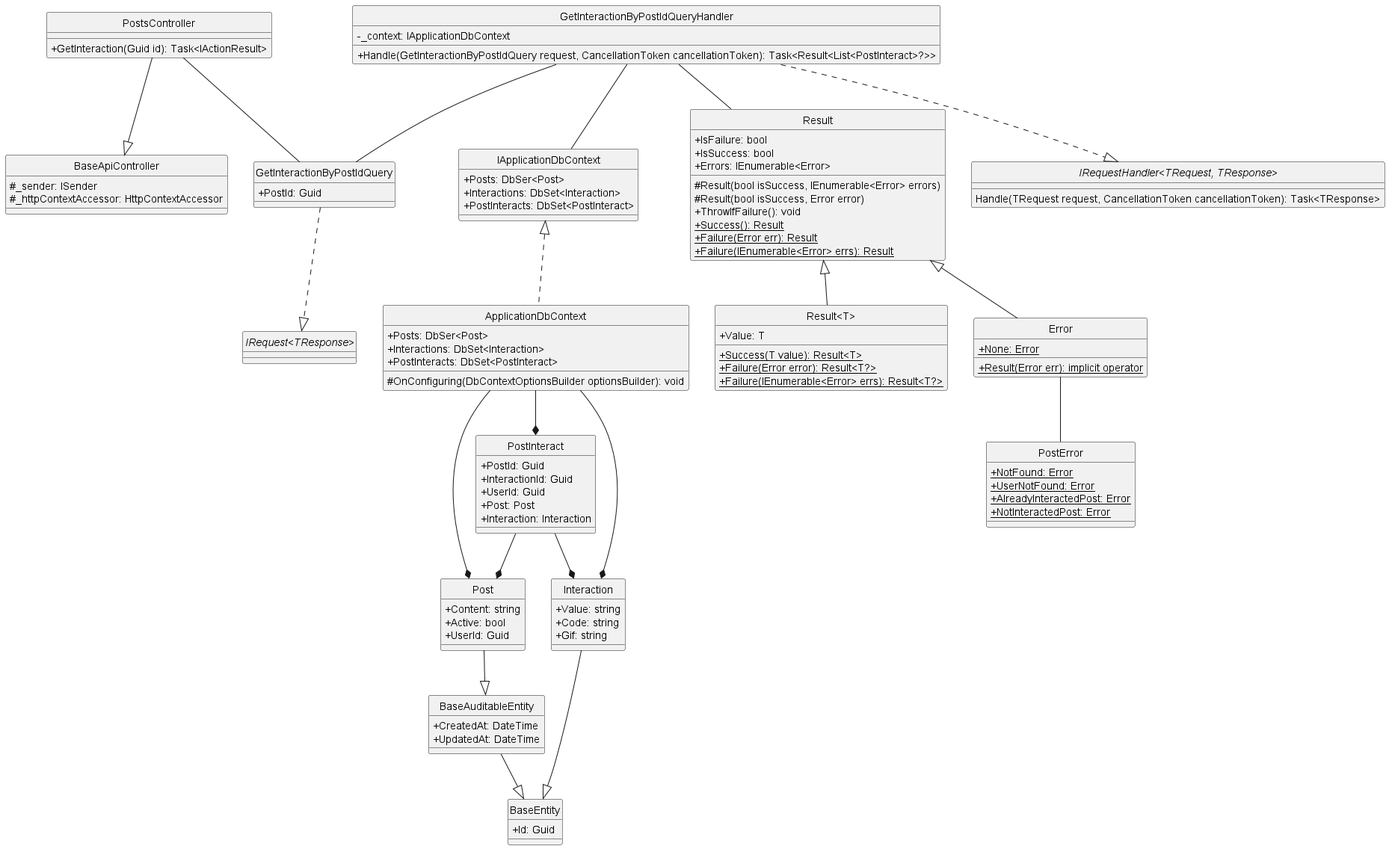
The PlantUML diagram docs/Class Diagram/Post/Post/GetPostInteraction/ClassDiagram/getPostInteraction.png in Carl-Johnsons/Chat-Application, before a commit. Source of this version:
```plantuml
@startuml getPostInteraction
hide circle
skinparam classAttributeIconSize 0

class BaseApiController {
    #_sender: ISender
    #_httpContextAccessor: HttpContextAccessor
}

class PostsController {
    +GetInteraction(Guid id): Task<IActionResult>
}

class GetInteractionByPostIdQuery {
    +PostId: Guid
}

class GetInteractionByPostIdQueryHandler {
    -_context: IApplicationDbContext
    +Handle(GetInteractionByPostIdQuery request, CancellationToken cancellationToken): Task<Result<List<PostInteract>?>>
}

class IApplicationDbContext {
    +Posts: DbSer<Post>
    +Interactions: DbSet<Interaction>
    +PostInteracts: DbSet<PostInteract>
}

class ApplicationDbContext {
    +Posts: DbSer<Post>
    +Interactions: DbSet<Interaction>
    +PostInteracts: DbSet<PostInteract>
    #OnConfiguring(DbContextOptionsBuilder optionsBuilder): void
}

class Result {
    +IsFailure: bool
    +IsSuccess: bool
    +Errors: IEnumerable<Error>
    #Result(bool isSuccess, IEnumerable<Error> errors)
    #Result(bool isSuccess, Error error)
    +ThrowIfFailure(): void
    +{static} Success(): Result
    +{static} Failure(Error err): Result
    +{static} Failure(IEnumerable<Error> errs): Result
}

class "Result<T>" {
    +Value: T
    +{static} Success(T value): Result<T>
    +{static} Failure(Error error): Result<T?>
    +{static} Failure(IEnumerable<Error> errs): Result<T?>
}

class Error {
    +{static} None: Error
    +{static} Result(Error err): implicit operator
}

class PostError {
    +{static} NotFound: Error
    +{static} UserNotFound: Error
    +{static} AlreadyInteractedPost: Error
    +{static} NotInteractedPost: Error
}

class BaseEntity {
    +Id: Guid
}

class BaseAuditableEntity{
    +CreatedAt: DateTime
    +UpdatedAt: DateTime
}

class Post {
    +Content: string
    +Active: bool
    +UserId: Guid
}

class Interaction {
    +Value: string
    +Code: string
    +Gif: string
}

class PostInteract {
    +PostId: Guid
    +InteractionId: Guid
    +UserId: Guid
    +Post: Post
    +Interaction: Interaction
}

interface "IRequest<TResponse>"
interface "IRequestHandler<TRequest, TResponse>"{
    Handle(TRequest request, CancellationToken cancellationToken): Task<TResponse>
}

PostsController --|> BaseApiController
PostsController -- GetInteractionByPostIdQuery
GetInteractionByPostIdQuery ..|> "IRequest<TResponse>"
GetInteractionByPostIdQueryHandler ..|> "IRequestHandler<TRequest, TResponse>"
GetInteractionByPostIdQueryHandler -- GetInteractionByPostIdQuery
GetInteractionByPostIdQueryHandler -- Result
GetInteractionByPostIdQueryHandler -- IApplicationDbContext
Result <|-- Error
Result <|-- "Result<T>"
Error -- PostError
Interaction --|> BaseEntity
Post --|> BaseAuditableEntity
BaseAuditableEntity --|> BaseEntity
PostInteract --* Post
PostInteract --* Interaction
IApplicationDbContext <|.. ApplicationDbContext
ApplicationDbContext --* Post
ApplicationDbContext --* Interaction
ApplicationDbContext --* PostInteract
@enduml
```
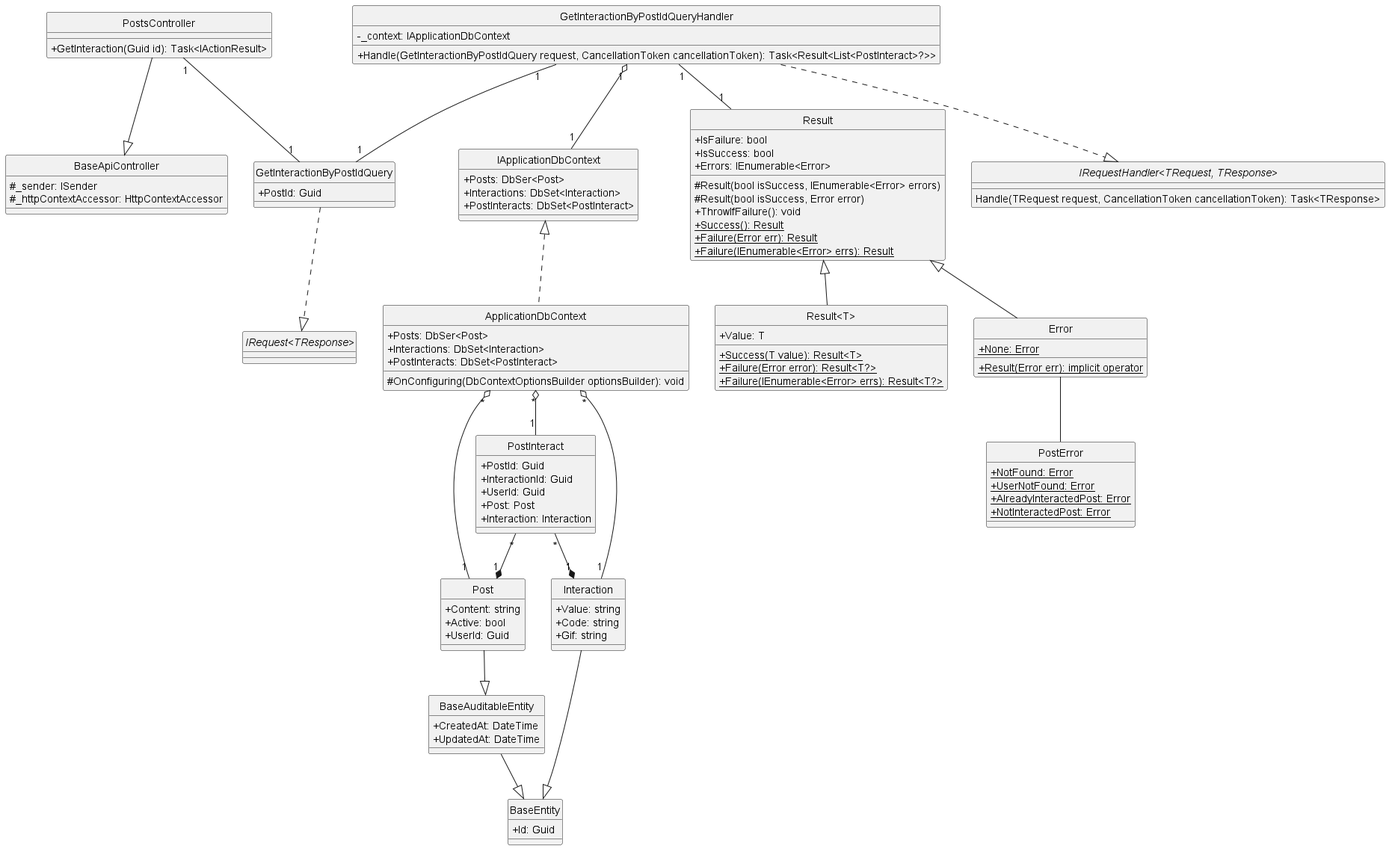
Later version of the same file.

Diff of the diagram source:
```diff
@@ -99,22 +99,22 @@
 }
 
 PostsController --|> BaseApiController
-PostsController -- GetInteractionByPostIdQuery
+PostsController "1"--"1" GetInteractionByPostIdQuery
 GetInteractionByPostIdQuery ..|> "IRequest<TResponse>"
 GetInteractionByPostIdQueryHandler ..|> "IRequestHandler<TRequest, TResponse>"
-GetInteractionByPostIdQueryHandler -- GetInteractionByPostIdQuery
-GetInteractionByPostIdQueryHandler -- Result
-GetInteractionByPostIdQueryHandler -- IApplicationDbContext
+GetInteractionByPostIdQueryHandler "1"--"1" GetInteractionByPostIdQuery
+GetInteractionByPostIdQueryHandler "1"--"1" Result
+GetInteractionByPostIdQueryHandler "1" o--"1" IApplicationDbContext
 Result <|-- Error
 Result <|-- "Result<T>"
 Error -- PostError
 Interaction --|> BaseEntity
 Post --|> BaseAuditableEntity
 BaseAuditableEntity --|> BaseEntity
-PostInteract --* Post
-PostInteract --* Interaction
+PostInteract "*"--*"1" Post
+PostInteract "*"--*"1" Interaction
 IApplicationDbContext <|.. ApplicationDbContext
-ApplicationDbContext --* Post
-ApplicationDbContext --* Interaction
-ApplicationDbContext --* PostInteract
+ApplicationDbContext "*" o--"1" Post
+ApplicationDbContext "*" o--"1" Interaction
+ApplicationDbContext "*" o--"1" PostInteract
 @enduml
```
